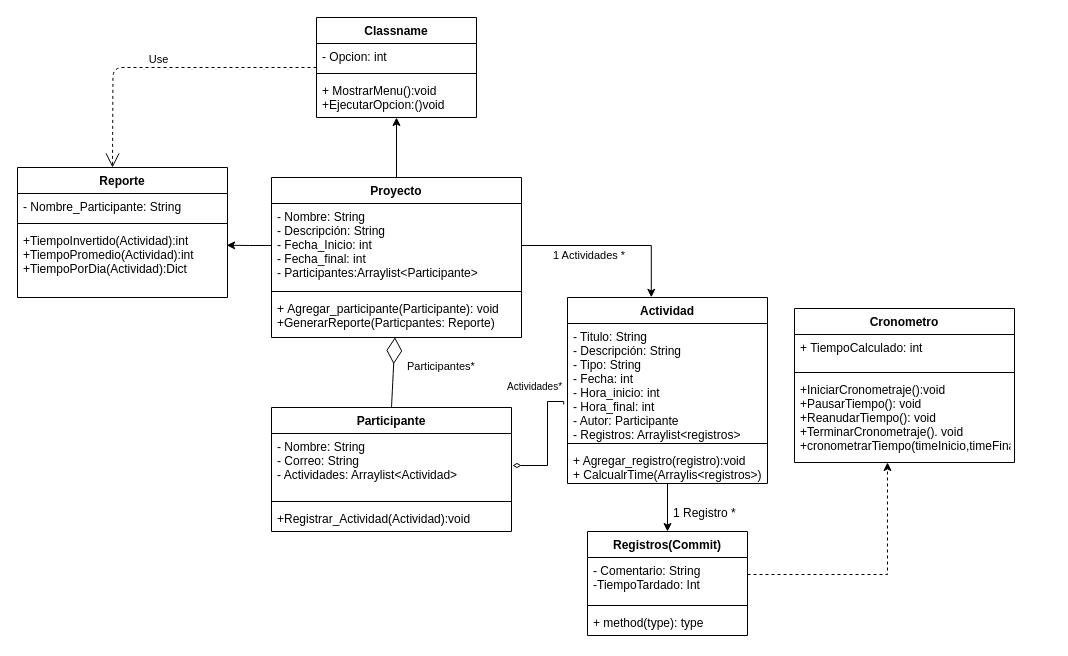
The draw.io diagram ENTREGA2_P1.drawio in DYPOO-2022-j-vargasr2-n-camargop/ENTREGA1_PROYECTO1_DYPOO, before the edit. Source tidied: cells renumbered, new cells numbered last; positions are measured from the earlier drawing's top-left corner, leaving out a move shared by most shapes. Both pictures are drawn from the tidied source at 100%, with x=0, y=0 at pixel (17, 17).
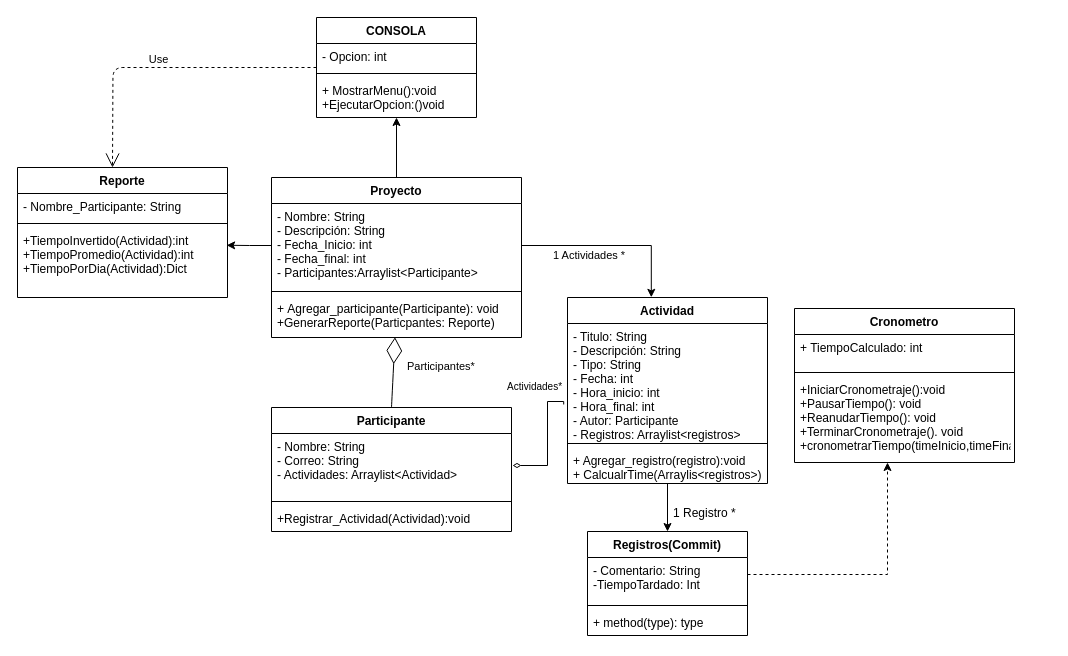
The same diagram, later.

The edit, as a diff of the source:
```diff
@@
-    <mxCell id="38" value="Classname" style="swimlane;fontStyle=1;align=center;verticalAlign=top;horizontal=1;startSize=26;" parent="1" vertex="1">
+    <mxCell id="38" value="CONSOLA" style="swimlane;fontStyle=1;align=center;verticalAlign=top;horizontal=1;startSize=26;" parent="1" vertex="1">
       <mxGeometry x="299" width="160" height="100" as="geometry" />
     </mxCell>
```
